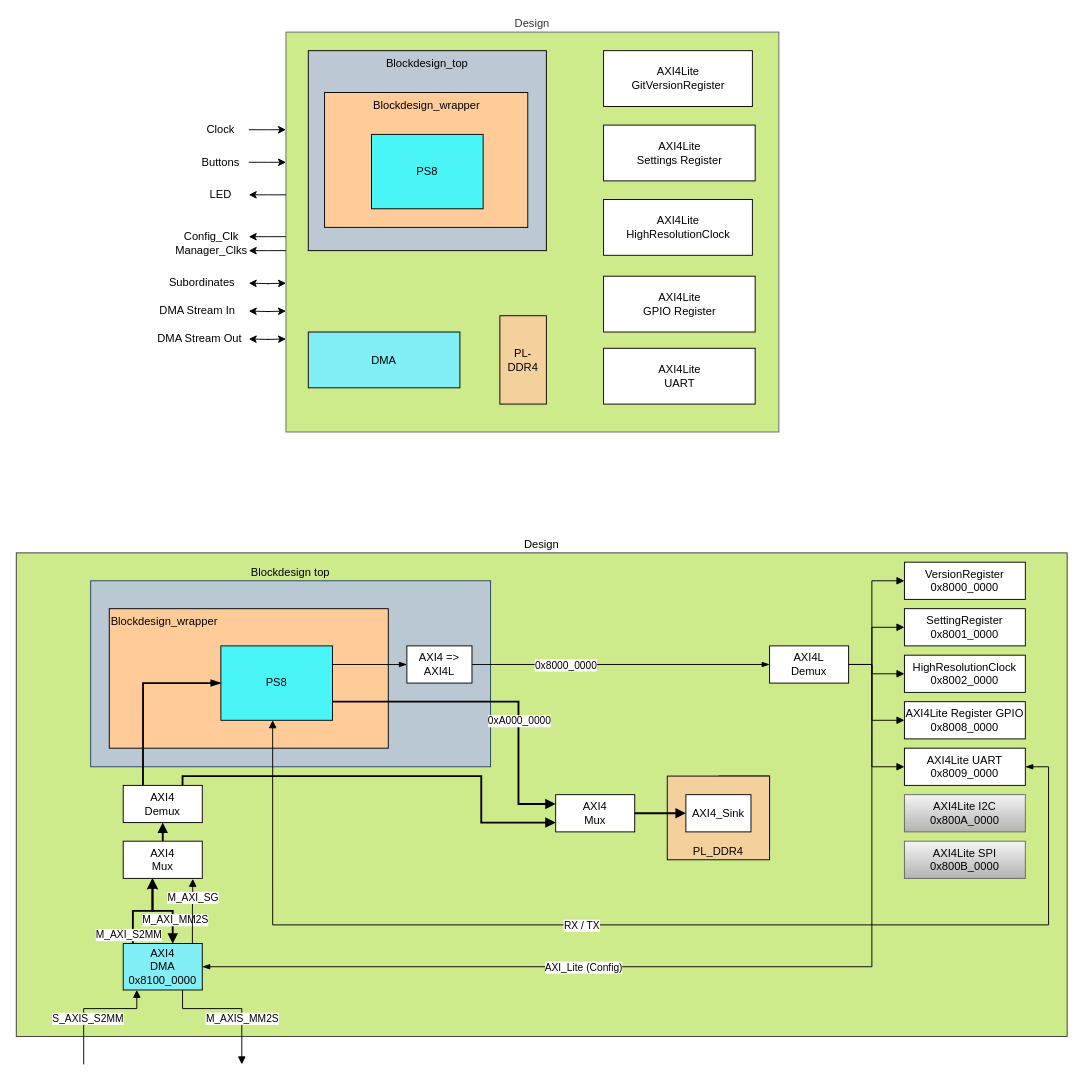
The draw.io diagram page "Design" (2 of 2) of doc/diagrams/BlockDiagrams.drawio in Paebbels/BigDesign, before the edit. Source tidied: cells renumbered, new cells numbered last; positions are measured from the earlier drawing's top-left corner, leaving out a move shared by most shapes. Both pictures are drawn from the tidied source at 93%, with x=0, y=0 at pixel (16, 32).
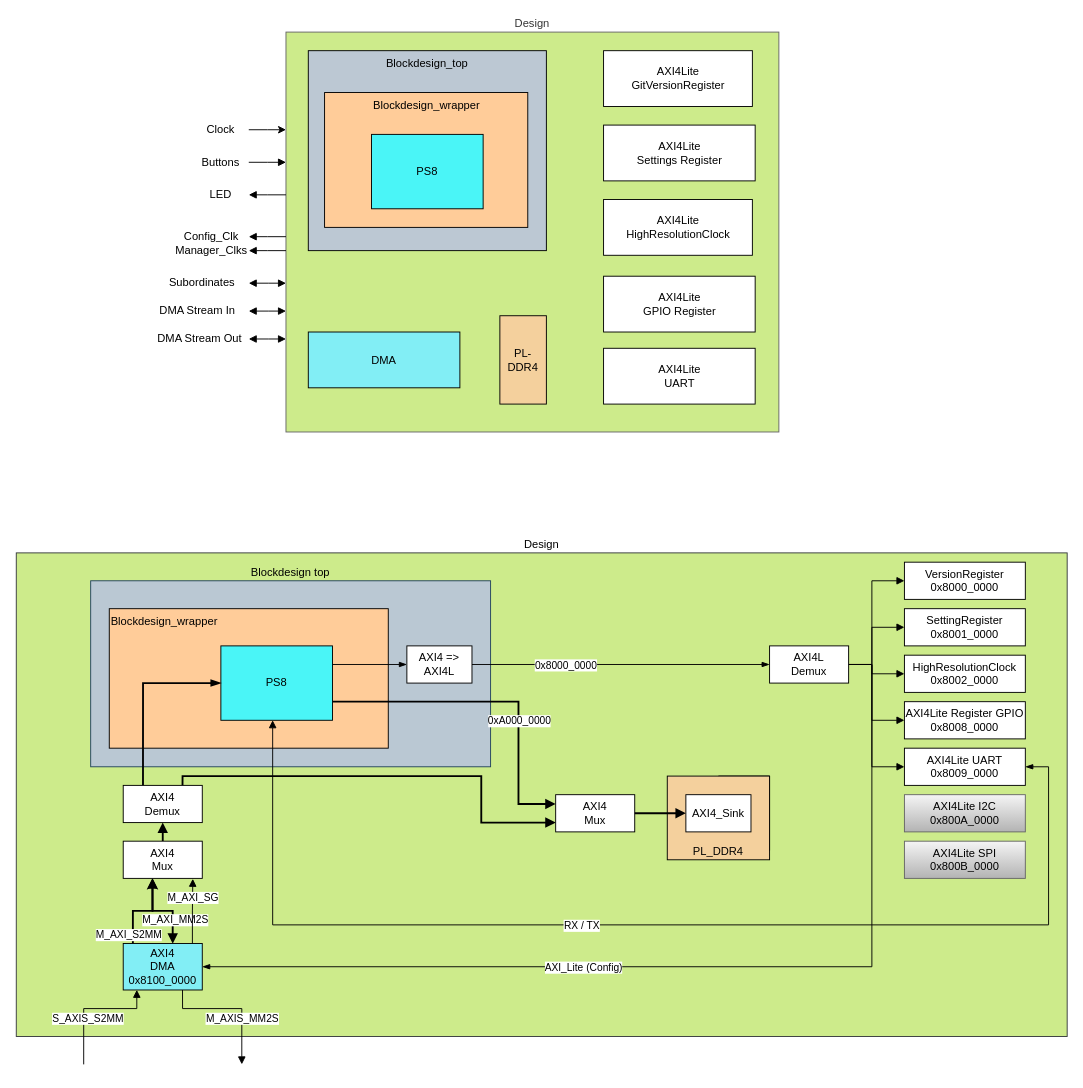
The same diagram, later.

Unchanged cells that the change refers to:
```xml
<mxCell id="14" value="Buttons" style="text;html=1;align=center;verticalAlign=middle;whiteSpace=wrap;rounded=0;" parent="1" vertex="1">
  <mxGeometry x="190" y="125" width="60" height="30" as="geometry" />
</mxCell>
<mxCell id="16" value="LED" style="text;html=1;align=center;verticalAlign=middle;whiteSpace=wrap;rounded=0;" parent="1" vertex="1">
  <mxGeometry x="190" y="160" width="60" height="30" as="geometry" />
</mxCell>
```

What changed in the source:
```diff
@@
-    <mxCell id="13" style="edgeStyle=orthogonalEdgeStyle;rounded=0;jettySize=auto;html=1;" parent="1" edge="1" source="14">
+    <mxCell id="13" style="edgeStyle=orthogonalEdgeStyle;rounded=0;jettySize=auto;html=1;endArrow=block;endFill=1;" parent="1" edge="1" source="14">
       <mxGeometry relative="1" as="geometry">
         <mxPoint x="290" y="140" as="targetPoint" />
       </mxGeometry>
     </mxCell>
@@
-    <mxCell id="15" style="edgeStyle=orthogonalEdgeStyle;rounded=0;jettySize=auto;html=1;startArrow=classic;startFill=1;endArrow=none;endFill=0;" parent="1" edge="1" source="16">
+    <mxCell id="15" style="edgeStyle=orthogonalEdgeStyle;rounded=0;jettySize=auto;html=1;startArrow=block;startFill=1;endArrow=none;endFill=0;" parent="1" edge="1" source="16">
       <mxGeometry relative="1" as="geometry">
         <mxPoint x="290" y="175" as="targetPoint" />
       </mxGeometry>
     </mxCell>
@@
-    <mxCell id="17" style="edgeStyle=orthogonalEdgeStyle;rounded=0;orthogonalLoop=1;jettySize=auto;html=1;startArrow=classic;startFill=1;endArrow=none;endFill=0;" parent="1" edge="1">
+    <mxCell id="17" style="edgeStyle=orthogonalEdgeStyle;rounded=0;orthogonalLoop=1;jettySize=auto;html=1;startArrow=block;startFill=1;endArrow=none;endFill=0;" parent="1" edge="1">
       <mxGeometry relative="1" as="geometry">
         <mxPoint x="250" y="220" as="sourcePoint" />
         <mxPoint x="290" y="220" as="targetPoint" />
         <Array as="points">
           <mxPoint x="270" y="220" />
           <mxPoint x="270" y="220" />
         </Array>
       </mxGeometry>
     </mxCell>
@@
-    <mxCell id="19" style="edgeStyle=orthogonalEdgeStyle;rounded=0;orthogonalLoop=1;jettySize=auto;html=1;startArrow=classic;startFill=1;" parent="1" edge="1">
+    <mxCell id="19" style="edgeStyle=orthogonalEdgeStyle;rounded=0;orthogonalLoop=1;jettySize=auto;html=1;startArrow=block;startFill=1;endArrow=block;endFill=1;" parent="1" edge="1">
       <mxGeometry relative="1" as="geometry">
         <mxPoint x="250" y="270" as="sourcePoint" />
         <mxPoint x="290" y="270" as="targetPoint" />
+        <Array as="points">
+          <mxPoint x="271" y="270" />
+          <mxPoint x="271" y="270" />
+        </Array>
       </mxGeometry>
     </mxCell>
@@
-    <mxCell id="21" style="edgeStyle=orthogonalEdgeStyle;rounded=0;orthogonalLoop=1;jettySize=auto;html=1;startArrow=classic;startFill=1;" parent="1" edge="1">
+    <mxCell id="21" style="edgeStyle=orthogonalEdgeStyle;rounded=0;orthogonalLoop=1;jettySize=auto;html=1;startArrow=block;startFill=1;endArrow=block;endFill=1;" parent="1" edge="1">
       <mxGeometry relative="1" as="geometry">
         <mxPoint x="250" y="300" as="sourcePoint" />
         <mxPoint x="290" y="300" as="targetPoint" />
+        <Array as="points">
+          <mxPoint x="271" y="300" />
+          <mxPoint x="271" y="300" />
+        </Array>
       </mxGeometry>
     </mxCell>
@@
-    <mxCell id="23" style="edgeStyle=orthogonalEdgeStyle;rounded=0;orthogonalLoop=1;jettySize=auto;html=1;startArrow=classic;startFill=1;" parent="1" edge="1">
+    <mxCell id="23" style="edgeStyle=orthogonalEdgeStyle;rounded=0;orthogonalLoop=1;jettySize=auto;html=1;startArrow=block;startFill=1;endArrow=block;endFill=1;" parent="1" edge="1">
       <mxGeometry relative="1" as="geometry">
         <mxPoint x="250" y="330" as="sourcePoint" />
         <mxPoint x="290" y="330" as="targetPoint" />
+        <Array as="points">
+          <mxPoint x="271" y="330" />
+          <mxPoint x="271" y="330" />
+        </Array>
       </mxGeometry>
     </mxCell>
@@
-    <mxCell id="25" style="edgeStyle=orthogonalEdgeStyle;rounded=0;orthogonalLoop=1;jettySize=auto;html=1;startArrow=classic;startFill=1;endArrow=none;endFill=0;" parent="1" edge="1">
+    <mxCell id="25" style="edgeStyle=orthogonalEdgeStyle;rounded=0;orthogonalLoop=1;jettySize=auto;html=1;startArrow=block;startFill=1;endArrow=none;endFill=0;" parent="1" edge="1">
       <mxGeometry relative="1" as="geometry">
         <mxPoint x="250" y="235" as="sourcePoint" />
         <mxPoint x="290" y="235" as="targetPoint" />
         <Array as="points">
           <mxPoint x="270" y="235" />
           <mxPoint x="270" y="235" />
         </Array>
       </mxGeometry>
     </mxCell>
```
